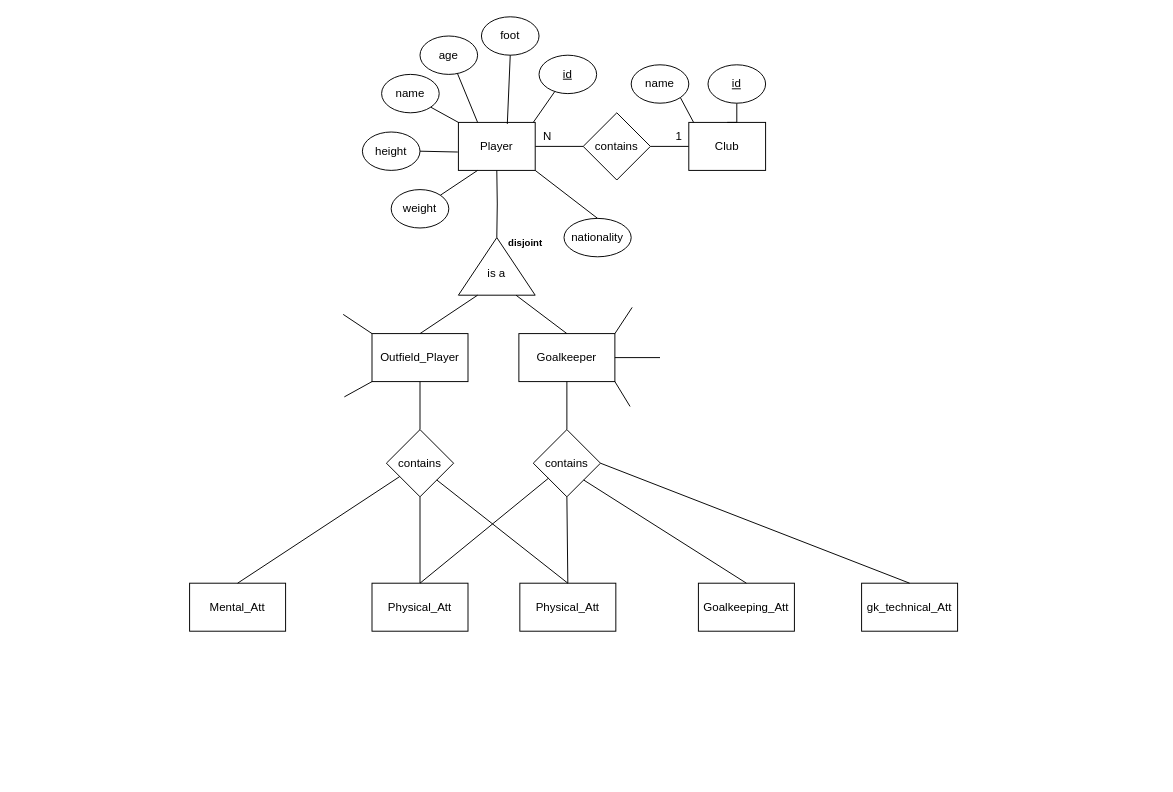
The draw.io diagram score_savant.drawio in guilherme096/score-savant, before the edit. Source tidied: cells renumbered, new cells numbered last; positions are measured from the earlier drawing's top-left corner, leaving out a move shared by most shapes. Both pictures are drawn from the tidied source at 96%, with x=0, y=0 at pixel (189, 16).
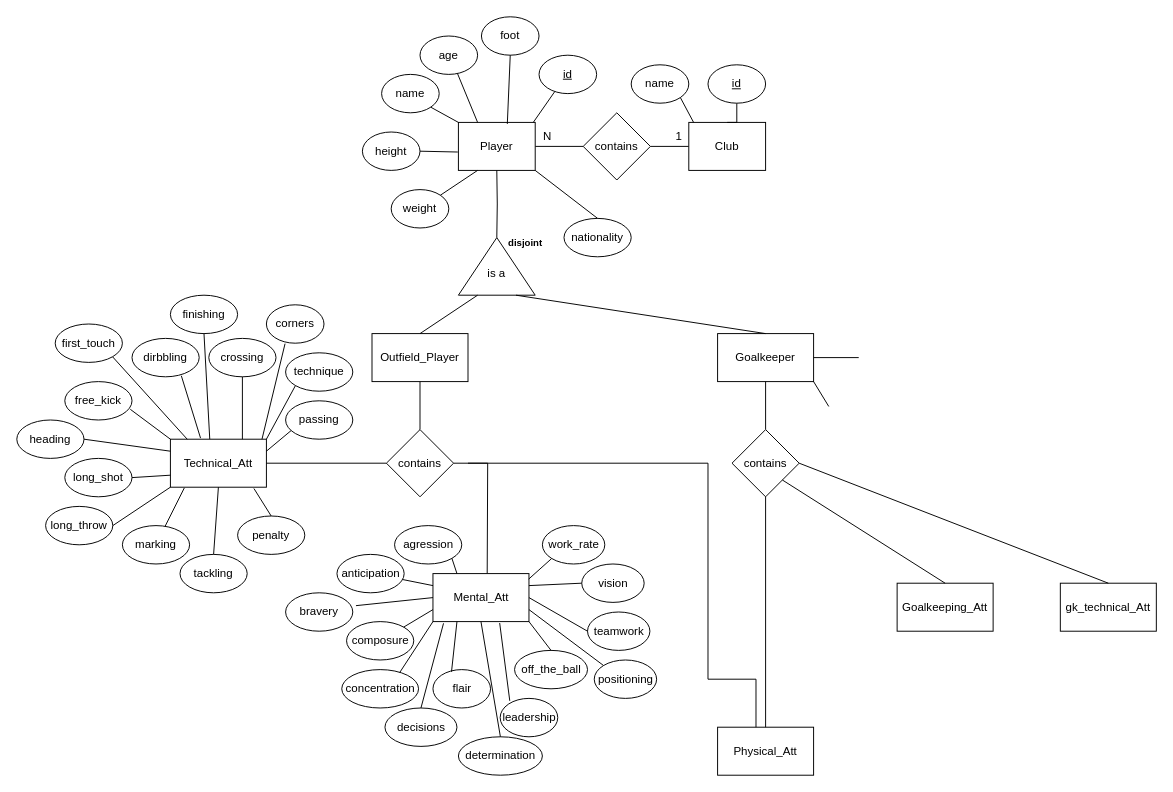
The same page after the edit.

The change refers to these unchanged cells:
```xml
<mxCell id="26" value="Outfield_Player" style="rounded=0;whiteSpace=wrap;html=1;" parent="1" vertex="1">
  <mxGeometry x="190" y="330" width="100" height="50" as="geometry" />
</mxCell>
<mxCell id="40" value="contains" style="rhombus;whiteSpace=wrap;html=1;" parent="1" vertex="1">
  <mxGeometry x="205" y="430" width="70" height="70" as="geometry" />
</mxCell>
```

What changed in the source:
```diff
@@
     <mxCell id="31" value="Goalkeeper" style="rounded=0;whiteSpace=wrap;html=1;" parent="1" vertex="1">
-      <mxGeometry x="343" y="330" width="100" height="50" as="geometry" />
+      <mxGeometry x="550" y="330" width="100" height="50" as="geometry" />
     </mxCell>
@@
-    <mxCell id="34" style="endArrow=none;html=1;rounded=0;entryX=0;entryY=1;entryDx=0;entryDy=0;exitX=1;exitY=0;exitDx=0;exitDy=0;" parent="1" edge="1" source="31">
-      <mxGeometry relative="1" as="geometry">
-        <mxPoint x="461" y="302.7" as="targetPoint" />
-      </mxGeometry>
-    </mxCell>
     <mxCell id="35" style="endArrow=none;html=1;rounded=0;entryX=0;entryY=0.5;entryDx=0;entryDy=0;exitX=1;exitY=0.5;exitDx=0;exitDy=0;" parent="1" edge="1" source="31">
       <mxGeometry relative="1" as="geometry">
-        <mxPoint x="490" y="355" as="targetPoint" />
+        <mxPoint x="697" y="355" as="targetPoint" />
       </mxGeometry>
     </mxCell>
     <mxCell id="36" style="endArrow=none;html=1;rounded=0;entryX=0;entryY=0;entryDx=0;entryDy=0;exitX=1;exitY=1;exitDx=0;exitDy=0;" parent="1" edge="1" source="31">
       <mxGeometry relative="1" as="geometry">
-        <mxPoint x="458.8" y="405.9" as="targetPoint" />
+        <mxPoint x="665.8" y="405.9" as="targetPoint" />
       </mxGeometry>
     </mxCell>
@@
-    <mxCell id="38" style="endArrow=none;html=1;rounded=0;entryX=1;entryY=0;entryDx=0;entryDy=0;exitX=0;exitY=1;exitDx=0;exitDy=0;" parent="1" edge="1" source="26">
-      <mxGeometry relative="1" as="geometry">
-        <mxPoint x="161.2" y="395.9" as="targetPoint" />
-      </mxGeometry>
-    </mxCell>
-    <mxCell id="39" style="endArrow=none;html=1;rounded=0;entryX=1;entryY=0.5;entryDx=0;entryDy=0;exitX=0;exitY=0;exitDx=0;exitDy=0;" parent="1" edge="1" source="26">
-      <mxGeometry relative="1" as="geometry">
-        <mxPoint x="160" y="310" as="targetPoint" />
-      </mxGeometry>
-    </mxCell>
+    <mxCell id="55" style="edgeStyle=orthogonalEdgeStyle;rounded=0;jettySize=auto;html=1;exitX=1;exitY=0.5;exitDx=0;exitDy=0;endArrow=none;endFill=0;" parent="1" edge="1" source="40">
+      <mxGeometry relative="1" as="geometry">
+        <mxPoint x="310" y="580" as="targetPoint" />
+      </mxGeometry>
+    </mxCell>
@@
-    <mxCell id="41" value="Mental_Att" style="rounded=0;whiteSpace=wrap;html=1;" parent="1" vertex="1">
-      <mxGeometry y="590" width="100" height="50" as="geometry" />
+    <mxCell id="41" value="Technical_Att" style="rounded=0;whiteSpace=wrap;html=1;" parent="1" vertex="1">
+      <mxGeometry x="-20" y="440" width="100" height="50" as="geometry" />
     </mxCell>
+    <mxCell id="56" style="edgeStyle=orthogonalEdgeStyle;rounded=0;orthogonalLoop=1;jettySize=auto;html=1;exitX=0.5;exitY=0;exitDx=0;exitDy=0;endArrow=none;endFill=0;" parent="1" edge="1">
+      <mxGeometry relative="1" as="geometry">
+        <mxPoint x="610" y="745" as="sourcePoint" />
+        <mxPoint x="290" y="465" as="targetPoint" />
+        <Array as="points">
+          <mxPoint x="590" y="745" />
+          <mxPoint x="590" y="690" />
+          <mxPoint x="540" y="690" />
+          <mxPoint x="540" y="465" />
+        </Array>
+      </mxGeometry>
+    </mxCell>
     <mxCell id="42" value="Physical_Att" style="rounded=0;whiteSpace=wrap;html=1;" parent="1" vertex="1">
-      <mxGeometry x="344" y="590" width="100" height="50" as="geometry" />
+      <mxGeometry x="550" y="740" width="100" height="50" as="geometry" />
     </mxCell>
-    <mxCell id="43" style="endArrow=none;html=1;rounded=0;exitX=0.5;exitY=0;exitDx=0;exitDy=0;" parent="1" edge="1" source="41" target="40">
+    <mxCell id="43" style="endArrow=none;html=1;rounded=0;exitX=1;exitY=0.5;exitDx=0;exitDy=0;" parent="1" edge="1" source="41" target="40">
       <mxGeometry relative="1" as="geometry" />
     </mxCell>
-    <mxCell id="44" style="endArrow=none;html=1;rounded=0;entryX=0.5;entryY=0;entryDx=0;entryDy=0;exitX=1;exitY=1;exitDx=0;exitDy=0;" parent="1" edge="1" source="40" target="42">
-      <mxGeometry relative="1" as="geometry" />
-    </mxCell>
-    <mxCell id="45" style="edgeStyle=orthogonalEdgeStyle;rounded=0;jettySize=auto;html=1;entryX=0.5;entryY=1;entryDx=0;entryDy=0;endArrow=none;endFill=0;" parent="1" edge="1" source="46" target="40">
-      <mxGeometry relative="1" as="geometry" />
-    </mxCell>
-    <mxCell id="46" value="Physical_Att" style="rounded=0;whiteSpace=wrap;html=1;" parent="1" vertex="1">
-      <mxGeometry x="190" y="590" width="100" height="50" as="geometry" />
+    <mxCell id="46" value="Mental_Att" style="rounded=0;whiteSpace=wrap;html=1;" parent="1" vertex="1">
+      <mxGeometry x="253.5" y="580" width="100" height="50" as="geometry" />
     </mxCell>
     <mxCell id="47" value="Goalkeeping_Att" style="rounded=0;whiteSpace=wrap;html=1;" parent="1" vertex="1">
-      <mxGeometry x="530" y="590" width="100" height="50" as="geometry" />
+      <mxGeometry x="737" y="590" width="100" height="50" as="geometry" />
     </mxCell>
     <mxCell id="48" value="gk_technical_Att" style="rounded=0;whiteSpace=wrap;html=1;" parent="1" vertex="1">
-      <mxGeometry x="700" y="590" width="100" height="50" as="geometry" />
+      <mxGeometry x="907" y="590" width="100" height="50" as="geometry" />
     </mxCell>
@@
     <mxCell id="50" value="contains" style="rhombus;whiteSpace=wrap;html=1;" parent="1" vertex="1">
-      <mxGeometry x="358" y="430" width="70" height="70" as="geometry" />
+      <mxGeometry x="565" y="430" width="70" height="70" as="geometry" />
     </mxCell>
@@
-    <mxCell id="53" style="endArrow=none;html=1;rounded=0;exitX=0.5;exitY=0;exitDx=0;exitDy=0;" parent="1" edge="1" source="46" target="50">
-      <mxGeometry relative="1" as="geometry" />
-    </mxCell>
@@
+    <mxCell id="57" value="corners" style="ellipse;whiteSpace=wrap;html=1;" parent="1" vertex="1">
+      <mxGeometry x="80" y="300" width="60" height="40" as="geometry" />
+    </mxCell>
+    <mxCell id="58" value="crossing" style="ellipse;whiteSpace=wrap;html=1;" parent="1" vertex="1">
+      <mxGeometry x="20" y="335" width="70" height="40" as="geometry" />
+    </mxCell>
+    <mxCell id="59" value="dirbbling" style="ellipse;whiteSpace=wrap;html=1;" parent="1" vertex="1">
+      <mxGeometry x="-60" y="335" width="70" height="40" as="geometry" />
+    </mxCell>
+    <mxCell id="60" value="finishing" style="ellipse;whiteSpace=wrap;html=1;" parent="1" vertex="1">
+      <mxGeometry x="-20" y="290" width="70" height="40" as="geometry" />
+    </mxCell>
+    <mxCell id="61" value="first_touch" style="ellipse;whiteSpace=wrap;html=1;" parent="1" vertex="1">
+      <mxGeometry x="-140" y="320" width="70" height="40" as="geometry" />
+    </mxCell>
+    <mxCell id="62" value="free_kick" style="ellipse;whiteSpace=wrap;html=1;" parent="1" vertex="1">
+      <mxGeometry x="-130" y="380" width="70" height="40" as="geometry" />
+    </mxCell>
+    <mxCell id="63" value="heading" style="ellipse;whiteSpace=wrap;html=1;" parent="1" vertex="1">
+      <mxGeometry x="-180" y="420" width="70" height="40" as="geometry" />
+    </mxCell>
+    <mxCell id="64" value="long_shot" style="ellipse;whiteSpace=wrap;html=1;" parent="1" vertex="1">
+      <mxGeometry x="-130" y="460" width="70" height="40" as="geometry" />
+    </mxCell>
+    <mxCell id="65" value="long_throw" style="ellipse;whiteSpace=wrap;html=1;" parent="1" vertex="1">
+      <mxGeometry x="-150" y="510" width="70" height="40" as="geometry" />
+    </mxCell>
+    <mxCell id="66" value="marking" style="ellipse;whiteSpace=wrap;html=1;" parent="1" vertex="1">
+      <mxGeometry x="-70" y="530" width="70" height="40" as="geometry" />
+    </mxCell>
+    <mxCell id="67" value="passing" style="ellipse;whiteSpace=wrap;html=1;" parent="1" vertex="1">
+      <mxGeometry x="100" y="400" width="70" height="40" as="geometry" />
+    </mxCell>
+    <mxCell id="68" value="penalty" style="ellipse;whiteSpace=wrap;html=1;" parent="1" vertex="1">
+      <mxGeometry x="50" y="520" width="70" height="40" as="geometry" />
+    </mxCell>
+    <mxCell id="69" value="tackling" style="ellipse;whiteSpace=wrap;html=1;" parent="1" vertex="1">
+      <mxGeometry x="-10" y="560" width="70" height="40" as="geometry" />
+    </mxCell>
+    <mxCell id="70" value="technique" style="ellipse;whiteSpace=wrap;html=1;" parent="1" vertex="1">
+      <mxGeometry x="100" y="350" width="70" height="40" as="geometry" />
+    </mxCell>
+    <mxCell id="71" style="endArrow=none;html=1;rounded=0;entryX=0.083;entryY=0.774;entryDx=0;entryDy=0;entryPerimeter=0;exitX=1;exitY=0.25;exitDx=0;exitDy=0;" parent="1" edge="1" source="41" target="67">
+      <mxGeometry relative="1" as="geometry" />
+    </mxCell>
+    <mxCell id="72" style="endArrow=none;html=1;rounded=0;entryX=0;entryY=1;entryDx=0;entryDy=0;exitX=1;exitY=0;exitDx=0;exitDy=0;" parent="1" edge="1" source="41" target="70">
+      <mxGeometry relative="1" as="geometry" />
+    </mxCell>
+    <mxCell id="73" style="endArrow=none;html=1;rounded=0;entryX=0.324;entryY=1.012;entryDx=0;entryDy=0;exitX=0.954;exitY=0.001;exitDx=0;exitDy=0;entryPerimeter=0;exitPerimeter=0;" parent="1" edge="1" source="41" target="57">
+      <mxGeometry relative="1" as="geometry" />
+    </mxCell>
+    <mxCell id="74" style="endArrow=none;html=1;rounded=0;entryX=0.5;entryY=1;entryDx=0;entryDy=0;exitX=0.75;exitY=0;exitDx=0;exitDy=0;" parent="1" edge="1" source="41" target="58">
+      <mxGeometry relative="1" as="geometry" />
+    </mxCell>
+    <mxCell id="75" style="endArrow=none;html=1;rounded=0;entryX=0.5;entryY=1;entryDx=0;entryDy=0;exitX=0.41;exitY=-0.002;exitDx=0;exitDy=0;exitPerimeter=0;" parent="1" edge="1" source="41" target="60">
+      <mxGeometry relative="1" as="geometry" />
+    </mxCell>
+    <mxCell id="76" style="endArrow=none;html=1;rounded=0;entryX=0.734;entryY=0.972;entryDx=0;entryDy=0;exitX=0.314;exitY=-0.023;exitDx=0;exitDy=0;entryPerimeter=0;exitPerimeter=0;" parent="1" edge="1" source="41" target="59">
+      <mxGeometry relative="1" as="geometry" />
+    </mxCell>
+    <mxCell id="77" style="endArrow=none;html=1;rounded=0;entryX=1;entryY=1;entryDx=0;entryDy=0;exitX=0.176;exitY=0.002;exitDx=0;exitDy=0;exitPerimeter=0;" parent="1" edge="1" source="41" target="61">
+      <mxGeometry relative="1" as="geometry" />
+    </mxCell>
+    <mxCell id="78" style="endArrow=none;html=1;rounded=0;entryX=0.975;entryY=0.722;entryDx=0;entryDy=0;exitX=0;exitY=0;exitDx=0;exitDy=0;entryPerimeter=0;" parent="1" edge="1" source="41" target="62">
+      <mxGeometry relative="1" as="geometry" />
+    </mxCell>
+    <mxCell id="79" style="endArrow=none;html=1;rounded=0;entryX=1;entryY=0.5;entryDx=0;entryDy=0;exitX=0;exitY=0.25;exitDx=0;exitDy=0;" parent="1" edge="1" source="41" target="63">
+      <mxGeometry relative="1" as="geometry" />
+    </mxCell>
+    <mxCell id="80" style="endArrow=none;html=1;rounded=0;entryX=0.5;entryY=0;entryDx=0;entryDy=0;exitX=0.87;exitY=1.027;exitDx=0;exitDy=0;exitPerimeter=0;" parent="1" edge="1" source="41" target="68">
+      <mxGeometry relative="1" as="geometry" />
+    </mxCell>
+    <mxCell id="81" style="endArrow=none;html=1;rounded=0;entryX=0.5;entryY=0;entryDx=0;entryDy=0;exitX=0.5;exitY=1;exitDx=0;exitDy=0;" parent="1" edge="1" source="41" target="69">
+      <mxGeometry relative="1" as="geometry" />
+    </mxCell>
+    <mxCell id="82" style="endArrow=none;html=1;rounded=0;exitX=0.145;exitY=1.015;exitDx=0;exitDy=0;exitPerimeter=0;" parent="1" edge="1" source="41" target="66">
+      <mxGeometry relative="1" as="geometry" />
+    </mxCell>
+    <mxCell id="83" style="endArrow=none;html=1;rounded=0;exitX=0;exitY=1;exitDx=0;exitDy=0;entryX=1;entryY=0.5;entryDx=0;entryDy=0;" parent="1" edge="1" source="41" target="65">
+      <mxGeometry relative="1" as="geometry" />
+    </mxCell>
+    <mxCell id="84" style="endArrow=none;html=1;rounded=0;exitX=0;exitY=0.75;exitDx=0;exitDy=0;entryX=1;entryY=0.5;entryDx=0;entryDy=0;" parent="1" edge="1" source="41" target="64">
+      <mxGeometry relative="1" as="geometry" />
+    </mxCell>
+    <mxCell id="85" value="agression" style="ellipse;whiteSpace=wrap;html=1;" parent="1" vertex="1">
+      <mxGeometry x="213.5" y="530" width="70" height="40" as="geometry" />
+    </mxCell>
+    <mxCell id="86" style="endArrow=none;html=1;rounded=0;entryX=0.25;entryY=0;entryDx=0;entryDy=0;exitX=1;exitY=1;exitDx=0;exitDy=0;" parent="1" edge="1" source="85" target="46">
+      <mxGeometry relative="1" as="geometry" />
+    </mxCell>
+    <mxCell id="87" value="anticipation" style="ellipse;whiteSpace=wrap;html=1;" parent="1" vertex="1">
+      <mxGeometry x="153.5" y="560" width="70" height="40" as="geometry" />
+    </mxCell>
+    <mxCell id="88" style="endArrow=none;html=1;rounded=0;entryX=0;entryY=0.25;entryDx=0;entryDy=0;exitX=0.979;exitY=0.655;exitDx=0;exitDy=0;exitPerimeter=0;" parent="1" edge="1" source="87" target="46">
+      <mxGeometry relative="1" as="geometry" />
+    </mxCell>
+    <mxCell id="89" value="bravery" style="ellipse;whiteSpace=wrap;html=1;" parent="1" vertex="1">
+      <mxGeometry x="100" y="600" width="70" height="40" as="geometry" />
+    </mxCell>
+    <mxCell id="90" style="endArrow=none;html=1;rounded=0;entryX=0;entryY=0.5;entryDx=0;entryDy=0;exitX=0.997;exitY=0.335;exitDx=0;exitDy=0;exitPerimeter=0;" parent="1" edge="1" target="46">
+      <mxGeometry relative="1" as="geometry">
+        <mxPoint x="173.3" y="613.4" as="sourcePoint" />
+      </mxGeometry>
+    </mxCell>
+    <mxCell id="91" value="composure" style="ellipse;whiteSpace=wrap;html=1;" parent="1" vertex="1">
+      <mxGeometry x="163.5" y="630" width="70" height="40" as="geometry" />
+    </mxCell>
+    <mxCell id="92" style="endArrow=none;html=1;rounded=0;entryX=0;entryY=0.75;entryDx=0;entryDy=0;" parent="1" edge="1" source="91" target="46">
+      <mxGeometry relative="1" as="geometry" />
+    </mxCell>
+    <mxCell id="93" value="concentration" style="ellipse;whiteSpace=wrap;html=1;" parent="1" vertex="1">
+      <mxGeometry x="158.5" y="680" width="80" height="40" as="geometry" />
+    </mxCell>
+    <mxCell id="94" style="endArrow=none;html=1;rounded=0;entryX=0;entryY=1;entryDx=0;entryDy=0;exitX=0.755;exitY=0.075;exitDx=0;exitDy=0;exitPerimeter=0;" parent="1" edge="1" source="93" target="46">
+      <mxGeometry relative="1" as="geometry" />
+    </mxCell>
+    <mxCell id="95" value="decisions" style="ellipse;whiteSpace=wrap;html=1;" parent="1" vertex="1">
+      <mxGeometry x="203.5" y="720" width="75" height="40" as="geometry" />
+    </mxCell>
+    <mxCell id="96" style="endArrow=none;html=1;rounded=0;entryX=0.11;entryY=1.036;entryDx=0;entryDy=0;exitX=0.5;exitY=0;exitDx=0;exitDy=0;entryPerimeter=0;" parent="1" edge="1" target="46">
+      <mxGeometry relative="1" as="geometry">
+        <mxPoint x="241" y="720" as="sourcePoint" />
+      </mxGeometry>
+    </mxCell>
+    <mxCell id="97" value="determination" style="ellipse;whiteSpace=wrap;html=1;" parent="1" vertex="1">
+      <mxGeometry x="280" y="750" width="87.5" height="40" as="geometry" />
+    </mxCell>
+    <mxCell id="98" style="endArrow=none;html=1;rounded=0;entryX=0.5;entryY=1;entryDx=0;entryDy=0;exitX=0.5;exitY=0;exitDx=0;exitDy=0;" parent="1" edge="1" source="97" target="46">
+      <mxGeometry relative="1" as="geometry" />
+    </mxCell>
+    <mxCell id="99" value="flair" style="ellipse;whiteSpace=wrap;html=1;" parent="1" vertex="1">
+      <mxGeometry x="253.5" y="680" width="60" height="40" as="geometry" />
+    </mxCell>
+    <mxCell id="100" style="endArrow=none;html=1;rounded=0;entryX=0.25;entryY=1;entryDx=0;entryDy=0;exitX=0.322;exitY=0.056;exitDx=0;exitDy=0;exitPerimeter=0;" parent="1" edge="1" source="99" target="46">
+      <mxGeometry relative="1" as="geometry" />
+    </mxCell>
+    <mxCell id="101" value="leadership" style="ellipse;whiteSpace=wrap;html=1;" parent="1" vertex="1">
+      <mxGeometry x="323.5" y="710" width="60" height="40" as="geometry" />
+    </mxCell>
+    <mxCell id="102" style="endArrow=none;html=1;rounded=0;entryX=0.695;entryY=1.03;entryDx=0;entryDy=0;exitX=0.167;exitY=0.063;exitDx=0;exitDy=0;exitPerimeter=0;entryPerimeter=0;" parent="1" edge="1" source="101" target="46">
+      <mxGeometry relative="1" as="geometry" />
+    </mxCell>
+    <mxCell id="103" value="off_the_ball" style="ellipse;whiteSpace=wrap;html=1;" parent="1" vertex="1">
+      <mxGeometry x="338.5" y="660" width="76" height="40" as="geometry" />
+    </mxCell>
+    <mxCell id="104" style="endArrow=none;html=1;rounded=0;entryX=1;entryY=1;entryDx=0;entryDy=0;exitX=0.5;exitY=0;exitDx=0;exitDy=0;" parent="1" edge="1" source="103" target="46">
+      <mxGeometry relative="1" as="geometry" />
+    </mxCell>
+    <mxCell id="105" value="positioning" style="ellipse;whiteSpace=wrap;html=1;" parent="1" vertex="1">
+      <mxGeometry x="421.5" y="670" width="65" height="40" as="geometry" />
+    </mxCell>
+    <mxCell id="106" style="endArrow=none;html=1;rounded=0;entryX=1;entryY=0.75;entryDx=0;entryDy=0;exitX=0;exitY=0;exitDx=0;exitDy=0;" parent="1" edge="1" source="105" target="46">
+      <mxGeometry relative="1" as="geometry" />
+    </mxCell>
+    <mxCell id="107" value="teamwork" style="ellipse;whiteSpace=wrap;html=1;" parent="1" vertex="1">
+      <mxGeometry x="414.5" y="620" width="65" height="40" as="geometry" />
+    </mxCell>
+    <mxCell id="108" style="endArrow=none;html=1;rounded=0;entryX=1;entryY=0.5;entryDx=0;entryDy=0;exitX=0;exitY=0.5;exitDx=0;exitDy=0;" parent="1" edge="1" source="107" target="46">
+      <mxGeometry relative="1" as="geometry" />
+    </mxCell>
+    <mxCell id="109" value="vision" style="ellipse;whiteSpace=wrap;html=1;" parent="1" vertex="1">
+      <mxGeometry x="408.5" y="570" width="65" height="40" as="geometry" />
+    </mxCell>
+    <mxCell id="110" style="endArrow=none;html=1;rounded=0;entryX=1;entryY=0.25;entryDx=0;entryDy=0;exitX=0;exitY=0.5;exitDx=0;exitDy=0;" parent="1" edge="1" source="109" target="46">
+      <mxGeometry relative="1" as="geometry" />
+    </mxCell>
+    <mxCell id="111" value="work_rate" style="ellipse;whiteSpace=wrap;html=1;" parent="1" vertex="1">
+      <mxGeometry x="367.5" y="530" width="65" height="40" as="geometry" />
+    </mxCell>
+    <mxCell id="112" style="endArrow=none;html=1;rounded=0;entryX=0.997;entryY=0.115;entryDx=0;entryDy=0;exitX=0;exitY=1;exitDx=0;exitDy=0;entryPerimeter=0;" parent="1" edge="1" source="111" target="46">
+      <mxGeometry relative="1" as="geometry" />
+    </mxCell>
```
